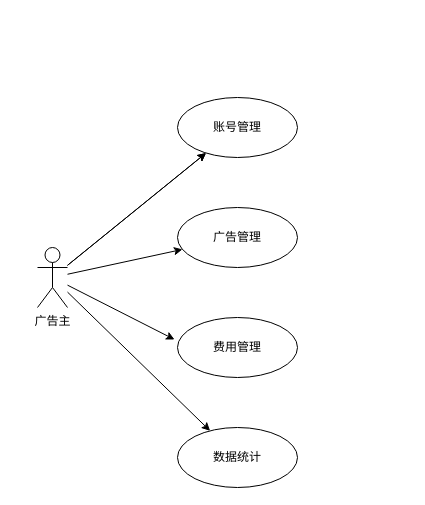
The draw.io diagram 广告主用例图.drawio in izayoiyurin/draw, before the edit. Source tidied: cells renumbered, new cells numbered last; positions are measured from the earlier drawing's top-left corner, leaving out a move shared by most shapes. Both pictures are drawn from the tidied source at 100%, with x=0, y=0 at pixel (37, 97).
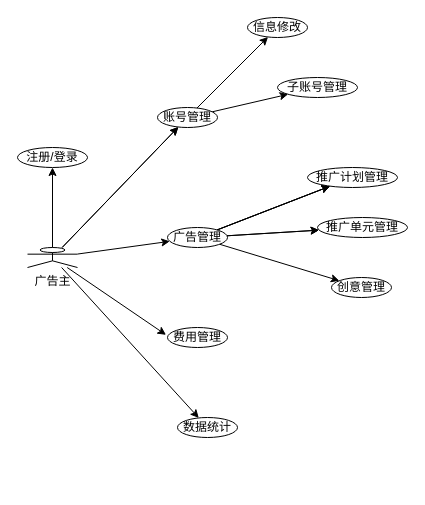
Above is the later version.

Commit message (it also covers changes not shown here):
更新广告主用例图.drawio

Diff of the diagram source:
```diff
@@
     <mxCell id="5" value="广告主" style="shape=umlActor;verticalLabelPosition=bottom;verticalAlign=top;html=1;" parent="1" vertex="1">
-      <mxGeometry y="150" width="30" height="60" as="geometry" />
+      <mxGeometry x="-10" y="150" width="50" height="20" as="geometry" />
     </mxCell>
+    <mxCell id="12" style="edgeStyle=none;rounded=0;jettySize=auto;html=1;" parent="1" edge="1" source="6" target="20">
+      <mxGeometry relative="1" as="geometry" />
+    </mxCell>
+    <mxCell id="13" style="edgeStyle=none;rounded=0;jettySize=auto;html=1;" parent="1" edge="1" source="6" target="21">
+      <mxGeometry relative="1" as="geometry" />
+    </mxCell>
     <mxCell id="6" value="账号管理" style="ellipse;whiteSpace=wrap;html=1;verticalAlign=middle;labelPosition=center;verticalLabelPosition=middle;align=center;" parent="1" vertex="1">
-      <mxGeometry x="140" width="120" height="60" as="geometry" />
+      <mxGeometry x="120" y="10" width="60" height="20" as="geometry" />
     </mxCell>
+    <mxCell id="14" style="edgeStyle=none;rounded=0;jettySize=auto;html=1;" parent="1" edge="1" source="7" target="24">
+      <mxGeometry relative="1" as="geometry" />
+    </mxCell>
+    <mxCell id="15" style="edgeStyle=none;rounded=0;jettySize=auto;html=1;" parent="1" edge="1" source="7" target="24">
+      <mxGeometry relative="1" as="geometry" />
+    </mxCell>
+    <mxCell id="16" style="edgeStyle=none;rounded=0;jettySize=auto;html=1;" parent="1" edge="1" source="7" target="24">
+      <mxGeometry relative="1" as="geometry" />
+    </mxCell>
+    <mxCell id="17" style="edgeStyle=none;rounded=0;jettySize=auto;html=1;" parent="1" edge="1" source="7" target="25">
+      <mxGeometry relative="1" as="geometry" />
+    </mxCell>
+    <mxCell id="18" style="edgeStyle=none;rounded=0;jettySize=auto;html=1;" parent="1" edge="1" source="7" target="25">
+      <mxGeometry relative="1" as="geometry" />
+    </mxCell>
+    <mxCell id="19" style="edgeStyle=none;rounded=0;jettySize=auto;html=1;" parent="1" edge="1" source="7" target="26">
+      <mxGeometry relative="1" as="geometry" />
+    </mxCell>
     <mxCell id="7" value="广告管理" style="ellipse;whiteSpace=wrap;html=1;verticalAlign=middle;" parent="1" vertex="1">
-      <mxGeometry x="140" y="110" width="120" height="60" as="geometry" />
+      <mxGeometry x="130" y="130" width="60" height="20" as="geometry" />
     </mxCell>
     <mxCell id="8" value="费用管理" style="ellipse;whiteSpace=wrap;html=1;verticalAlign=middle;" parent="1" vertex="1">
-      <mxGeometry x="140" y="220" width="120" height="60" as="geometry" />
+      <mxGeometry x="130" y="230" width="60" height="20" as="geometry" />
     </mxCell>
@@
     <mxCell id="10" value="数据统计" style="ellipse;whiteSpace=wrap;html=1;verticalAlign=middle;" parent="1" vertex="1">
-      <mxGeometry x="140" y="330" width="120" height="60" as="geometry" />
+      <mxGeometry x="140" y="320" width="60" height="20" as="geometry" />
     </mxCell>
@@
+    <mxCell id="20" value="信息修改" style="ellipse;whiteSpace=wrap;html=1;verticalAlign=middle;labelPosition=center;verticalLabelPosition=middle;align=center;" parent="1" vertex="1">
+      <mxGeometry x="210" y="-80" width="60" height="20" as="geometry" />
+    </mxCell>
+    <mxCell id="21" value="子账号管理" style="ellipse;whiteSpace=wrap;html=1;verticalAlign=middle;labelPosition=center;verticalLabelPosition=middle;align=center;" parent="1" vertex="1">
+      <mxGeometry x="240" y="-20" width="80" height="20" as="geometry" />
+    </mxCell>
+    <mxCell id="22" value="注册/登录" style="ellipse;whiteSpace=wrap;html=1;verticalAlign=middle;labelPosition=center;verticalLabelPosition=middle;align=center;" parent="1" vertex="1">
+      <mxGeometry x="-20" y="50" width="70" height="20" as="geometry" />
+    </mxCell>
+    <mxCell id="23" style="endArrow=classic;html=1;rounded=0;" parent="1" edge="1" source="5" target="22">
+      <mxGeometry relative="1" as="geometry" />
+    </mxCell>
+    <mxCell id="24" value="推广计划管理" style="ellipse;whiteSpace=wrap;html=1;verticalAlign=middle;" parent="1" vertex="1">
+      <mxGeometry x="270" y="70" width="90" height="20" as="geometry" />
+    </mxCell>
+    <mxCell id="25" value="推广单元管理" style="ellipse;whiteSpace=wrap;html=1;verticalAlign=middle;" parent="1" vertex="1">
+      <mxGeometry x="280" y="120" width="90" height="20" as="geometry" />
+    </mxCell>
+    <mxCell id="26" value="创意管理" style="ellipse;whiteSpace=wrap;html=1;verticalAlign=middle;" parent="1" vertex="1">
+      <mxGeometry x="294" y="180" width="60" height="20" as="geometry" />
+    </mxCell>
```
